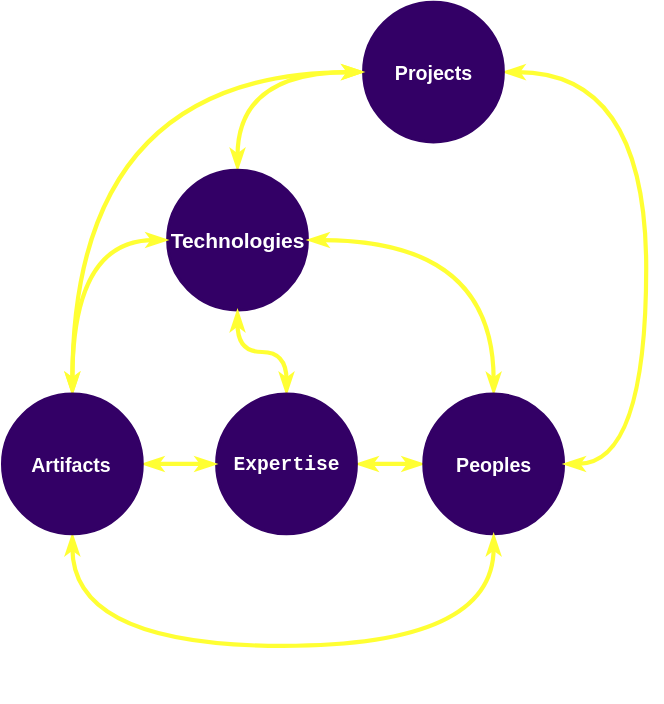
The draw.io diagram scheme_1.svg in Easy-Group/ExperienceKeeper, before a commit. Source tidied: cells renumbered, new cells last; positions are measured from the earlier drawing's top-left corner, leaving out a move shared by most shapes.
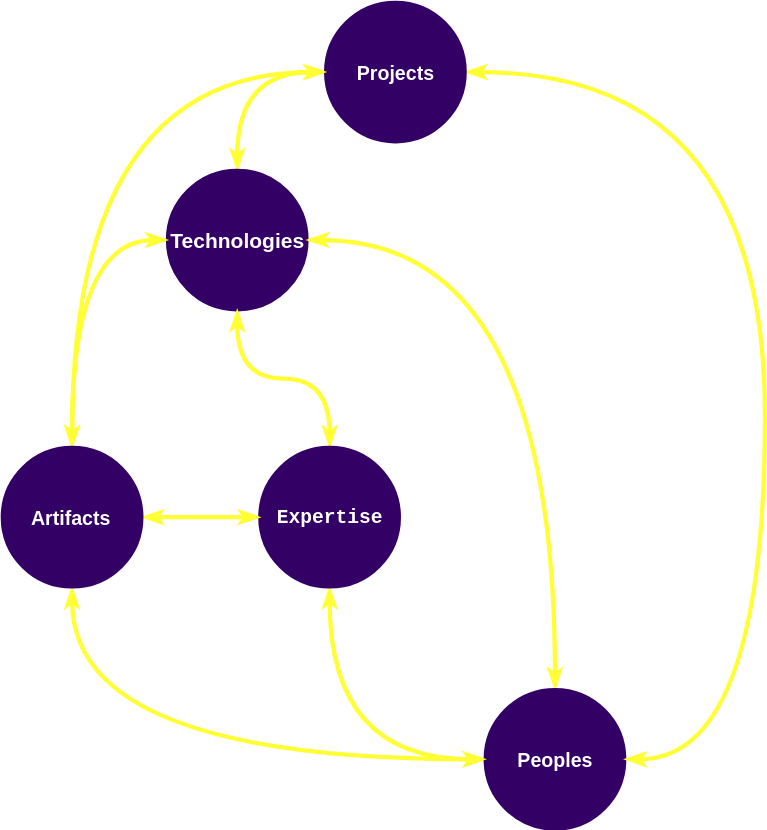
After the change.

What changed in the source:
```diff
@@ -6,60 +6,60 @@
       <mxGeometry relative="1" as="geometry" />
     </mxCell>
     <mxCell id="3" value="Technologies" style="ellipse;whiteSpace=wrap;html=1;strokeColor=#330066;strokeWidth=2;labelBackgroundColor=none;fontColor=#FFFFFF;fillColor=#330066;fontSize=15;fontStyle=1;" parent="1" vertex="1">
-      <mxGeometry x="118" y="120" width="100" height="100" as="geometry" />
+      <mxGeometry x="163" y="120" width="100" height="100" as="geometry" />
     </mxCell>
     <mxCell id="4" style="edgeStyle=orthogonalEdgeStyle;curved=1;jumpStyle=none;html=1;startArrow=classicThin;startFill=1;endArrow=classicThin;endFill=1;jettySize=auto;strokeColor=#FFFF33;strokeWidth=3;fontSize=15;fontColor=none;" parent="1" edge="1" source="6" target="8">
       <mxGeometry relative="1" as="geometry" />
     </mxCell>
     <mxCell id="5" style="edgeStyle=orthogonalEdgeStyle;curved=1;jumpStyle=none;html=1;entryX=1;entryY=0.5;startArrow=classicThin;startFill=1;endArrow=classicThin;endFill=1;jettySize=auto;strokeColor=#FFFF33;strokeWidth=3;fontSize=15;fontColor=none;exitX=0.5;exitY=0;" parent="1" edge="1" source="6" target="3">
-      <mxGeometry relative="1" as="geometry" />
+      <mxGeometry relative="1" as="geometry">
+        <Array as="points">
+          <mxPoint x="440" y="170" />
+        </Array>
+      </mxGeometry>
     </mxCell>
     <mxCell id="6" value="Peoples" style="ellipse;whiteSpace=wrap;html=1;strokeColor=#330066;strokeWidth=2;fontColor=#FFFFFF;fillColor=#330066;fontSize=14;fontStyle=1;" parent="1" vertex="1">
-      <mxGeometry x="301" y="280" width="100" height="100" as="geometry" />
+      <mxGeometry x="390" y="491" width="100" height="100" as="geometry" />
     </mxCell>
     <mxCell id="7" style="edgeStyle=orthogonalEdgeStyle;curved=1;jumpStyle=none;html=1;entryX=0.5;entryY=1;startArrow=classicThin;startFill=1;endArrow=classicThin;endFill=1;jettySize=auto;strokeColor=#FFFF33;strokeWidth=3;fontSize=15;fontColor=none;" parent="1" edge="1" source="8" target="3">
       <mxGeometry relative="1" as="geometry" />
     </mxCell>
     <mxCell id="8" value="&lt;pre id=&quot;tw-target-text&quot; dir=&quot;ltr&quot;&gt;&lt;span lang=&quot;en&quot;&gt;Expertise&lt;/span&gt;&lt;/pre&gt;" style="ellipse;whiteSpace=wrap;html=1;fontColor=#FFFFFF;strokeWidth=2;strokeColor=#330066;fillColor=#330066;fontSize=14;fontStyle=1;" parent="1" vertex="1">
-      <mxGeometry x="153" y="280" width="100" height="100" as="geometry" />
+      <mxGeometry x="229" y="318" width="100" height="100" as="geometry" />
     </mxCell>
-    <mxCell id="9" style="edgeStyle=orthogonalEdgeStyle;curved=1;jumpStyle=none;html=1;exitX=1;exitY=0.5;entryX=1;entryY=0.5;startArrow=classicThin;startFill=1;endArrow=classicThin;endFill=1;jettySize=auto;strokeColor=#FFFF33;strokeWidth=3;fontSize=15;fontColor=none;" parent="1" edge="1" source="10" target="6">
+    <mxCell id="9" style="edgeStyle=orthogonalEdgeStyle;curved=1;jumpStyle=none;html=1;exitX=1;exitY=0.5;startArrow=classicThin;startFill=1;endArrow=classicThin;endFill=1;jettySize=auto;strokeColor=#FFFF33;strokeWidth=3;fontSize=15;fontColor=none;" parent="1" edge="1" source="10" target="6">
       <mxGeometry relative="1" as="geometry">
         <Array as="points">
-          <mxPoint x="460" y="50" />
-          <mxPoint x="460" y="330" />
+          <mxPoint x="590" y="50" />
+          <mxPoint x="590" y="541" />
         </Array>
       </mxGeometry>
     </mxCell>
     <mxCell id="10" value="Projects" style="ellipse;whiteSpace=wrap;html=1;strokeColor=#330066;fillColor=#330066;fontColor=#FFFFFF;strokeWidth=2;fontSize=14;fontStyle=1;" parent="1" vertex="1">
-      <mxGeometry x="258" width="100" height="100" as="geometry" />
+      <mxGeometry x="276" width="100" height="100" as="geometry" />
     </mxCell>
-    <mxCell id="11" value="Text" style="text;html=1;align=left;verticalAlign=top;spacingTop=-4;fontColor=#FFFFFF;" parent="1" vertex="1">
-      <mxGeometry x="432" y="481" width="40" height="20" as="geometry" />
-    </mxCell>
     <mxCell id="12" style="edgeStyle=orthogonalEdgeStyle;curved=1;jumpStyle=none;html=1;entryX=0;entryY=0.5;startArrow=classicThin;startFill=1;endArrow=classicThin;endFill=1;jettySize=auto;strokeColor=#FFFF33;strokeWidth=3;fontSize=15;fontColor=none;exitX=0.5;exitY=0;" parent="1" edge="1" source="16" target="3">
       <mxGeometry relative="1" as="geometry" />
     </mxCell>
     <mxCell id="13" style="edgeStyle=orthogonalEdgeStyle;curved=1;jumpStyle=none;html=1;entryX=0;entryY=0.5;startArrow=classicThin;startFill=1;endArrow=classicThin;endFill=1;jettySize=auto;strokeColor=#FFFF33;strokeWidth=3;fontSize=15;fontColor=none;exitX=1;exitY=0.5;" parent="1" edge="1" source="16" target="8">
       <mxGeometry relative="1" as="geometry" />
     </mxCell>
-    <mxCell id="14" style="edgeStyle=orthogonalEdgeStyle;curved=1;jumpStyle=none;html=1;entryX=0;entryY=0.5;startArrow=classicThin;startFill=1;endArrow=classicThin;endFill=1;jettySize=auto;strokeColor=#FFFF33;strokeWidth=3;fontSize=15;fontColor=none;" parent="1" edge="1" source="16" target="10">
+    <mxCell id="14" style="edgeStyle=orthogonalEdgeStyle;curved=1;jumpStyle=none;html=1;entryX=0;entryY=0.5;startArrow=classicThin;startFill=1;endArrow=classicThin;endFill=1;jettySize=auto;strokeColor=#FFFF33;strokeWidth=3;fontSize=15;fontColor=none;exitX=0.5;exitY=0;" parent="1" edge="1" source="16" target="10">
       <mxGeometry relative="1" as="geometry">
         <Array as="points">
-          <mxPoint x="50" y="50" />
+          <mxPoint x="95" y="50" />
         </Array>
       </mxGeometry>
     </mxCell>
-    <mxCell id="15" style="edgeStyle=orthogonalEdgeStyle;curved=1;jumpStyle=none;html=1;entryX=0.5;entryY=1;startArrow=classicThin;startFill=1;endArrow=classicThin;endFill=1;jettySize=auto;strokeColor=#FFFF33;strokeWidth=3;fontSize=15;fontColor=none;exitX=0.5;exitY=1;" parent="1" edge="1" source="16" target="6">
+    <mxCell id="15" style="edgeStyle=orthogonalEdgeStyle;curved=1;jumpStyle=none;html=1;entryX=0;entryY=0.5;startArrow=classicThin;startFill=1;endArrow=classicThin;endFill=1;jettySize=auto;strokeColor=#FFFF33;strokeWidth=3;fontSize=15;fontColor=none;exitX=0.5;exitY=1;" parent="1" edge="1" source="16" target="6">
       <mxGeometry relative="1" as="geometry">
         <Array as="points">
-          <mxPoint x="50" y="460" />
-          <mxPoint x="351" y="460" />
+          <mxPoint x="95" y="541" />
         </Array>
       </mxGeometry>
     </mxCell>
     <mxCell id="16" value="Artifacts" style="ellipse;whiteSpace=wrap;html=1;strokeColor=#330066;strokeWidth=2;labelBackgroundColor=none;fontColor=#FFFFFF;fillColor=#330066;fontSize=14;fontStyle=1;" parent="1" vertex="1">
-      <mxGeometry y="280" width="100" height="100" as="geometry" />
+      <mxGeometry x="45" y="318" width="100" height="100" as="geometry" />
     </mxCell>
   </root>
 </mxGraphModel>
```
